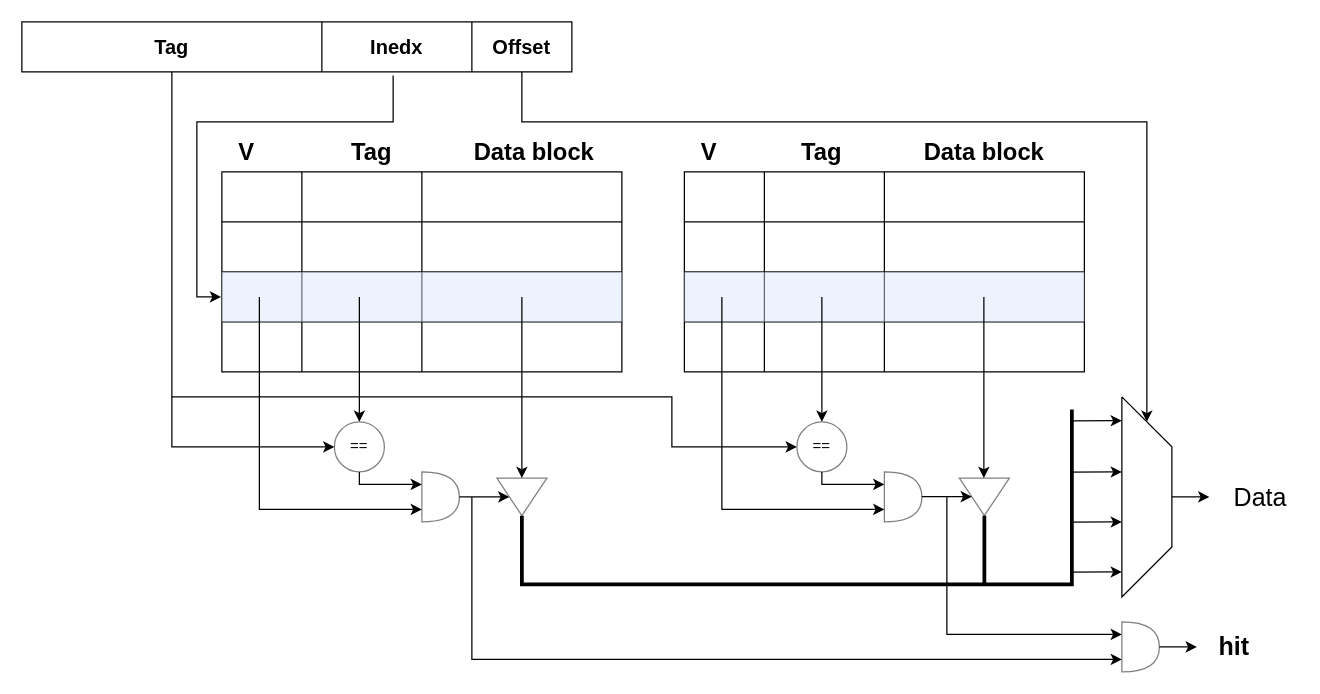
Before: cpu/Untitled Diagram.drawio in luqiang-guo/note, a draw.io diagram. Source tidied: cells renumbered, new cells numbered last; positions are measured from the earlier drawing's top-left corner, leaving out a move shared by most shapes. Both pictures are drawn from the tidied source at 125%, with x=0, y=0 at pixel (21, 21).
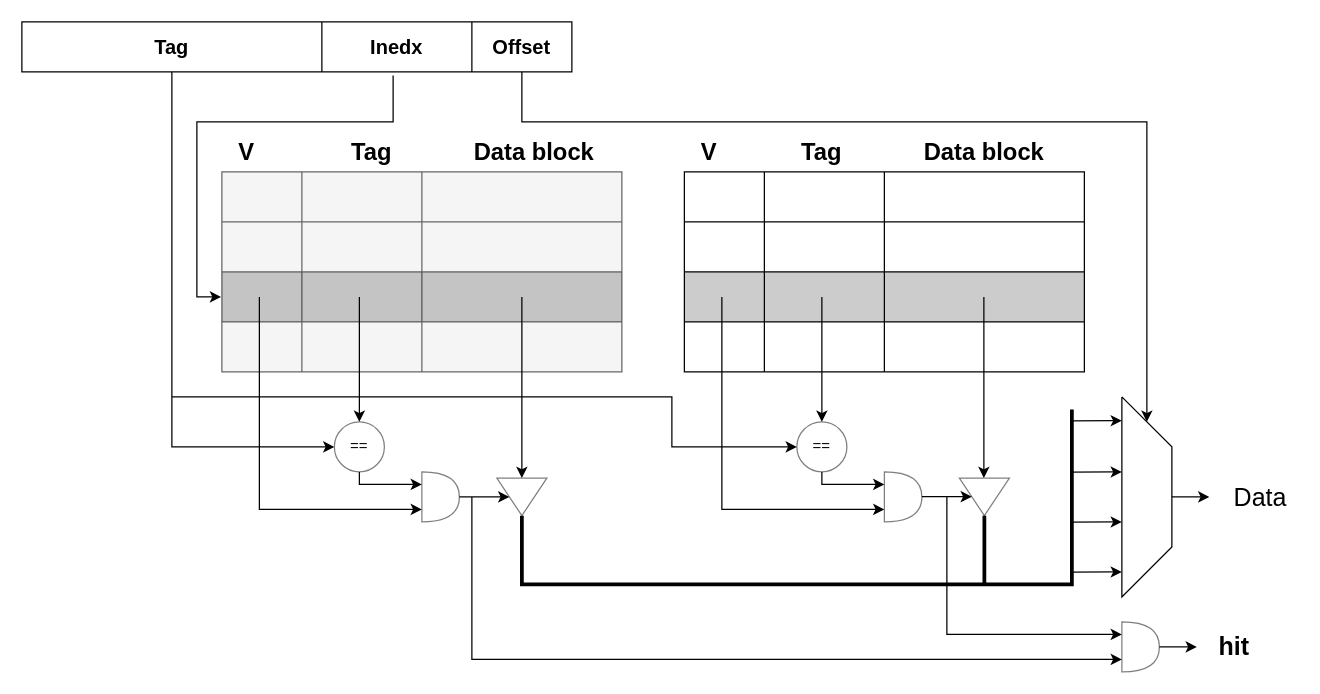
After the change.

Unchanged cells that the change refers to:
```xml
<mxCell id="11" style="shape=tableRow;horizontal=0;startSize=0;swimlaneHead=0;swimlaneBody=0;strokeColor=inherit;top=0;left=0;bottom=0;right=0;fillColor=none;fontSize=16;" parent="2" vertex="1">
  <mxGeometry y="80" width="320" height="40" as="geometry" />
</mxCell>
<mxCell id="38" style="shape=tableRow;horizontal=0;startSize=0;swimlaneHead=0;swimlaneBody=0;strokeColor=inherit;top=0;left=0;bottom=0;right=0;fillColor=none;fontSize=16;" parent="29" vertex="1">
  <mxGeometry y="80" width="320" height="40" as="geometry" />
</mxCell>
```

The edit, as a diff of the source:
```diff
@@
-    <mxCell id="2" style="shape=table;startSize=0;childLayout=tableLayout;fontSize=16;" parent="1" vertex="1">
+    <mxCell id="2" style="shape=table;startSize=0;childLayout=tableLayout;fontSize=16;fillColor=#f5f5f5;fontColor=#333333;strokeColor=#666666;" parent="1" vertex="1">
       <mxGeometry x="160" y="120" width="320" height="160" as="geometry" />
     </mxCell>
@@
-    <mxCell id="12" style="shape=partialRectangle;html=1;whiteSpace=wrap;strokeColor=#6c8ebf;overflow=hidden;fillColor=#dae8fc;top=0;left=0;bottom=0;right=0;fontSize=16;opacity=50;" parent="11" vertex="1">
+    <mxCell id="12" style="shape=partialRectangle;html=1;whiteSpace=wrap;strokeColor=#5E5E5E;overflow=hidden;fillColor=#000000;top=0;left=0;bottom=0;right=0;fontSize=16;opacity=20;" parent="11" vertex="1">
       <mxGeometry width="64" height="40" as="geometry" />
     </mxCell>
-    <mxCell id="13" style="shape=partialRectangle;html=1;whiteSpace=wrap;strokeColor=#6c8ebf;overflow=hidden;fillColor=#dae8fc;top=0;left=0;bottom=0;right=0;fontSize=16;opacity=50;" parent="11" vertex="1">
+    <mxCell id="13" style="shape=partialRectangle;html=1;whiteSpace=wrap;strokeColor=#666666;overflow=hidden;fillColor=#000000;top=0;left=0;bottom=0;right=0;fontSize=16;opacity=20;fontColor=#333333;" parent="11" vertex="1">
       <mxGeometry x="64" width="96" height="40" as="geometry" />
     </mxCell>
-    <mxCell id="14" style="shape=partialRectangle;html=1;whiteSpace=wrap;strokeColor=#000000;overflow=hidden;fillColor=#dae8fc;top=0;left=0;bottom=0;right=0;fontSize=16;gradientColor=none;fillStyle=auto;opacity=50;" parent="11" vertex="1">
+    <mxCell id="14" style="shape=partialRectangle;html=1;whiteSpace=wrap;strokeColor=#666666;overflow=hidden;fillColor=#000000;top=0;left=0;bottom=0;right=0;fontSize=16;fillStyle=auto;opacity=20;fontColor=#333333;" parent="11" vertex="1">
       <mxGeometry x="160" width="160" height="40" as="geometry" />
     </mxCell>
@@
-    <mxCell id="39" style="shape=partialRectangle;html=1;whiteSpace=wrap;strokeColor=#6c8ebf;overflow=hidden;fillColor=#dae8fc;top=0;left=0;bottom=0;right=0;fontSize=16;opacity=50;" parent="38" vertex="1">
+    <mxCell id="39" style="shape=partialRectangle;html=1;whiteSpace=wrap;strokeColor=#666666;overflow=hidden;fillColor=#000000;top=0;left=0;bottom=0;right=0;fontSize=16;opacity=20;fontColor=#333333;" parent="38" vertex="1">
       <mxGeometry width="64" height="40" as="geometry" />
     </mxCell>
-    <mxCell id="40" style="shape=partialRectangle;html=1;whiteSpace=wrap;strokeColor=#6c8ebf;overflow=hidden;fillColor=#dae8fc;top=0;left=0;bottom=0;right=0;fontSize=16;opacity=50;" parent="38" vertex="1">
+    <mxCell id="40" style="shape=partialRectangle;html=1;whiteSpace=wrap;overflow=hidden;top=0;left=0;bottom=0;right=0;fontSize=16;opacity=20;fillColor=#000000;fontColor=#333333;strokeColor=#666666;" parent="38" vertex="1">
       <mxGeometry x="64" width="96" height="40" as="geometry" />
     </mxCell>
-    <mxCell id="41" style="shape=partialRectangle;html=1;whiteSpace=wrap;strokeColor=#000000;overflow=hidden;fillColor=#dae8fc;top=0;left=0;bottom=0;right=0;fontSize=16;gradientColor=none;fillStyle=auto;opacity=50;" parent="38" vertex="1">
+    <mxCell id="41" style="shape=partialRectangle;html=1;whiteSpace=wrap;strokeColor=#000000;overflow=hidden;fillColor=#000000;top=0;left=0;bottom=0;right=0;fontSize=16;gradientColor=none;fillStyle=auto;opacity=20;" parent="38" vertex="1">
       <mxGeometry x="160" width="160" height="40" as="geometry" />
     </mxCell>
```
